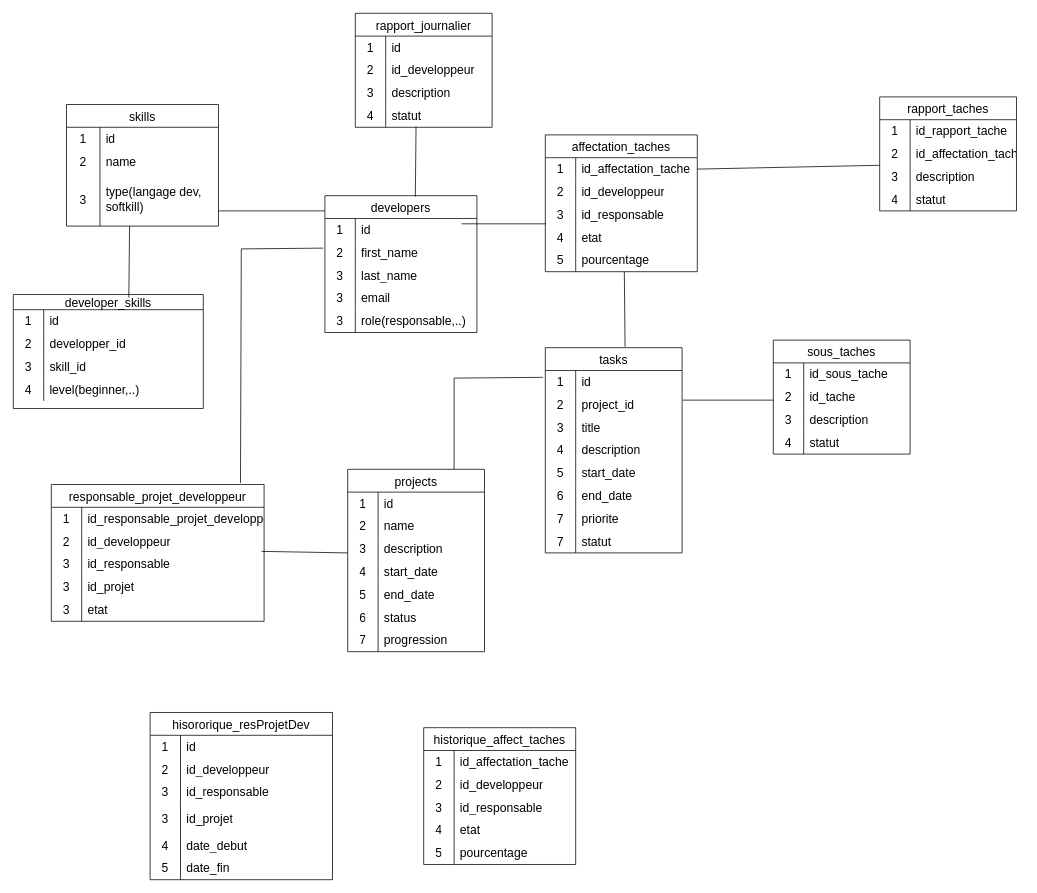
This is Diagramme sans nom.drawio from exau2022/Exercice, a draw.io file, before an edit. Source tidied: cells renumbered, new cells numbered last; positions are measured from the earlier drawing's top-left corner, leaving out a move shared by most shapes. Both pictures are drawn from the tidied source at 76%, with x=0, y=0 at pixel (13, 13).
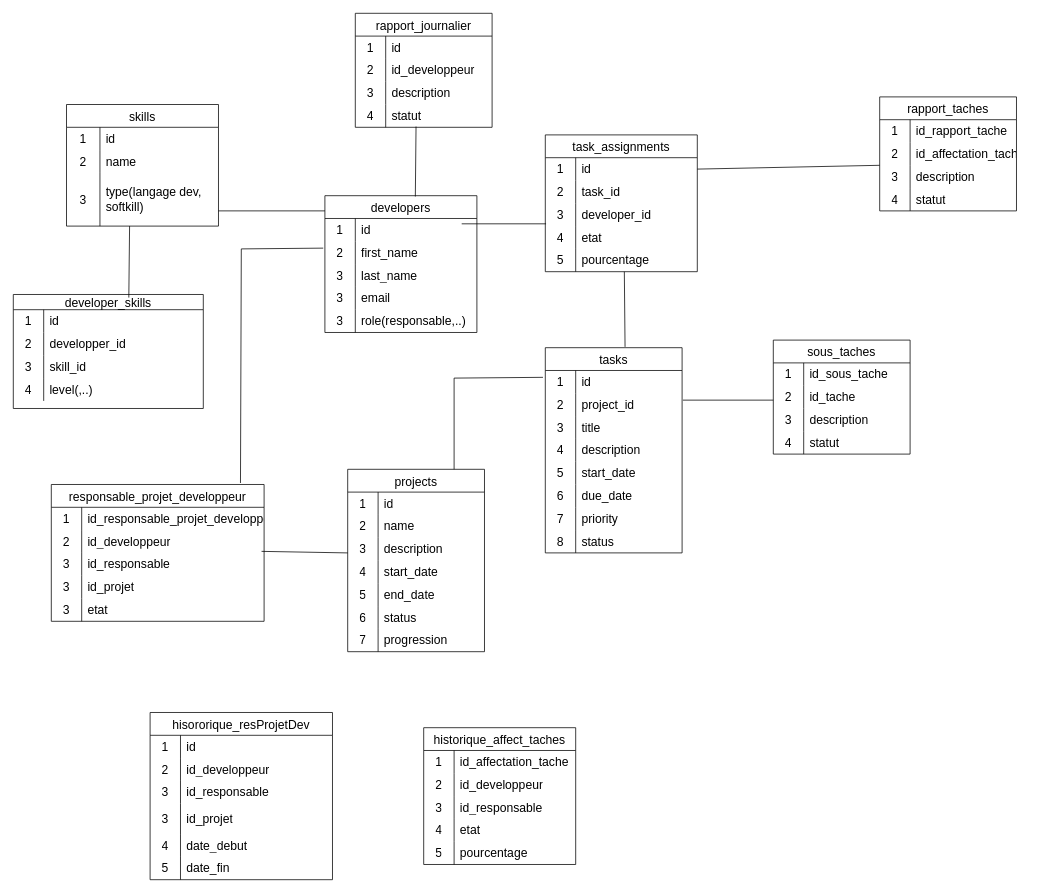
Above is the later version.

Commit message:
Mettre à jour Diagramme sans nom.drawio

The change refers to these unchanged cells:
```xml
<mxCell id="18" style="shape=tableRow;horizontal=0;startSize=0;swimlaneHead=0;swimlaneBody=0;top=0;left=0;bottom=0;right=0;fillColor=none;strokeColor=inherit;fontSize=16;" parent="2" vertex="1">
  <mxGeometry y="180" width="180" height="30" as="geometry" />
</mxCell>
<mxCell id="21" style="shape=tableRow;horizontal=0;startSize=0;swimlaneHead=0;swimlaneBody=0;top=0;left=0;bottom=0;right=0;fillColor=none;strokeColor=inherit;fontSize=16;" parent="2" vertex="1">
  <mxGeometry y="210" width="180" height="30" as="geometry" />
</mxCell>
<mxCell id="24" style="shape=tableRow;horizontal=0;startSize=0;swimlaneHead=0;swimlaneBody=0;top=0;left=0;bottom=0;right=0;fillColor=none;strokeColor=inherit;fontSize=16;" parent="2" vertex="1">
  <mxGeometry y="240" width="180" height="30" as="geometry" />
</mxCell>
<mxCell id="79" style="shape=tableRow;horizontal=0;startSize=0;swimlaneHead=0;swimlaneBody=0;top=0;left=0;bottom=0;right=0;fillColor=none;points=[[0,0.5],[1,0.5]];portConstraint=eastwest;strokeColor=inherit;fontSize=16;" parent="78" vertex="1">
  <mxGeometry y="30" width="200" height="30" as="geometry" />
</mxCell>
<mxCell id="82" style="shape=tableRow;horizontal=0;startSize=0;swimlaneHead=0;swimlaneBody=0;top=0;left=0;bottom=0;right=0;fillColor=none;strokeColor=inherit;fontSize=16;" parent="78" vertex="1">
  <mxGeometry y="60" width="200" height="30" as="geometry" />
</mxCell>
<mxCell id="85" style="shape=tableRow;horizontal=0;startSize=0;swimlaneHead=0;swimlaneBody=0;top=0;left=0;bottom=0;right=0;fillColor=none;strokeColor=inherit;fontSize=16;" parent="78" vertex="1">
  <mxGeometry y="90" width="200" height="30" as="geometry" />
</mxCell>
<mxCell id="114" style="shape=tableRow;horizontal=0;startSize=0;swimlaneHead=0;swimlaneBody=0;top=0;left=0;bottom=0;right=0;fillColor=none;strokeColor=inherit;fontSize=16;" parent="104" vertex="1">
  <mxGeometry y="110" width="250" height="30" as="geometry" />
</mxCell>
```

Diff of the diagram source:
```diff
@@
-    <mxCell id="20" value="end_date" style="shape=partialRectangle;html=1;whiteSpace=wrap;fillColor=none;top=0;left=0;bottom=0;right=0;align=left;spacingLeft=6;overflow=hidden;strokeColor=inherit;fontSize=16;" parent="18" vertex="1">
+    <mxCell id="20" value="due_date" style="shape=partialRectangle;html=1;whiteSpace=wrap;fillColor=none;top=0;left=0;bottom=0;right=0;align=left;spacingLeft=6;overflow=hidden;strokeColor=inherit;fontSize=16;" parent="18" vertex="1">
       <mxGeometry x="40" width="140" height="30" as="geometry" />
     </mxCell>
@@
-    <mxCell id="23" value="priorite" style="shape=partialRectangle;html=1;whiteSpace=wrap;fillColor=none;top=0;left=0;bottom=0;right=0;align=left;spacingLeft=6;overflow=hidden;strokeColor=inherit;fontSize=16;" parent="21" vertex="1">
+    <mxCell id="23" value="priority" style="shape=partialRectangle;html=1;whiteSpace=wrap;fillColor=none;top=0;left=0;bottom=0;right=0;align=left;spacingLeft=6;overflow=hidden;strokeColor=inherit;fontSize=16;" parent="21" vertex="1">
       <mxGeometry x="40" width="140" height="30" as="geometry" />
     </mxCell>
@@
-    <mxCell id="25" value="7" style="shape=partialRectangle;html=1;whiteSpace=wrap;fillColor=none;top=0;left=0;bottom=0;right=0;overflow=hidden;strokeColor=inherit;fontSize=16;" parent="24" vertex="1">
+    <mxCell id="25" value="8" style="shape=partialRectangle;html=1;whiteSpace=wrap;fillColor=none;top=0;left=0;bottom=0;right=0;overflow=hidden;strokeColor=inherit;fontSize=16;" parent="24" vertex="1">
       <mxGeometry width="40" height="30" as="geometry" />
     </mxCell>
-    <mxCell id="26" value="statut" style="shape=partialRectangle;html=1;whiteSpace=wrap;fillColor=none;top=0;left=0;bottom=0;right=0;align=left;spacingLeft=6;overflow=hidden;strokeColor=inherit;fontSize=16;" parent="24" vertex="1">
+    <mxCell id="26" value="status" style="shape=partialRectangle;html=1;whiteSpace=wrap;fillColor=none;top=0;left=0;bottom=0;right=0;align=left;spacingLeft=6;overflow=hidden;strokeColor=inherit;fontSize=16;" parent="24" vertex="1">
       <mxGeometry x="40" width="140" height="30" as="geometry" />
     </mxCell>
@@
-    <mxCell id="78" value="affectation_taches" style="shape=table;startSize=30;childLayout=tableLayout;rowLines=0;fontStyle=0;strokeColor=default;fontSize=16;" parent="1" vertex="1">
+    <mxCell id="78" value="task_assignments" style="shape=table;startSize=30;childLayout=tableLayout;rowLines=0;fontStyle=0;strokeColor=default;fontSize=16;" parent="1" vertex="1">
       <mxGeometry x="700" y="160" width="200" height="180" as="geometry" />
     </mxCell>
@@
-    <mxCell id="81" value="id_affectation_tache" style="shape=partialRectangle;html=1;whiteSpace=wrap;fillColor=none;top=0;left=0;bottom=0;right=0;align=left;spacingLeft=6;overflow=hidden;strokeColor=inherit;fontSize=16;" parent="79" vertex="1">
+    <mxCell id="81" value="id" style="shape=partialRectangle;html=1;whiteSpace=wrap;fillColor=none;top=0;left=0;bottom=0;right=0;align=left;spacingLeft=6;overflow=hidden;strokeColor=inherit;fontSize=16;" parent="79" vertex="1">
       <mxGeometry x="40" width="160" height="30" as="geometry" />
     </mxCell>
@@
-    <mxCell id="84" value="id_developpeur" style="shape=partialRectangle;html=1;whiteSpace=wrap;fillColor=none;top=0;left=0;bottom=0;right=0;align=left;spacingLeft=6;overflow=hidden;strokeColor=inherit;fontSize=16;" parent="82" vertex="1">
+    <mxCell id="84" value="task_id" style="shape=partialRectangle;html=1;whiteSpace=wrap;fillColor=none;top=0;left=0;bottom=0;right=0;align=left;spacingLeft=6;overflow=hidden;strokeColor=inherit;fontSize=16;" parent="82" vertex="1">
       <mxGeometry x="40" width="160" height="30" as="geometry" />
     </mxCell>
@@
-    <mxCell id="87" value="id_responsable" style="shape=partialRectangle;html=1;whiteSpace=wrap;fillColor=none;top=0;left=0;bottom=0;right=0;align=left;spacingLeft=6;overflow=hidden;strokeColor=inherit;fontSize=16;" parent="85" vertex="1">
+    <mxCell id="87" value="developer_id" style="shape=partialRectangle;html=1;whiteSpace=wrap;fillColor=none;top=0;left=0;bottom=0;right=0;align=left;spacingLeft=6;overflow=hidden;strokeColor=inherit;fontSize=16;" parent="85" vertex="1">
       <mxGeometry x="40" width="160" height="30" as="geometry" />
     </mxCell>
@@
-    <mxCell id="116" value="level(beginner,..)" style="shape=partialRectangle;html=1;whiteSpace=wrap;fillColor=none;top=0;left=0;bottom=0;right=0;align=left;spacingLeft=6;overflow=hidden;strokeColor=inherit;fontSize=16;" parent="114" vertex="1">
+    <mxCell id="116" value="level(,..)" style="shape=partialRectangle;html=1;whiteSpace=wrap;fillColor=none;top=0;left=0;bottom=0;right=0;align=left;spacingLeft=6;overflow=hidden;strokeColor=inherit;fontSize=16;" parent="114" vertex="1">
       <mxGeometry x="40" width="210" height="30" as="geometry" />
     </mxCell>
```
